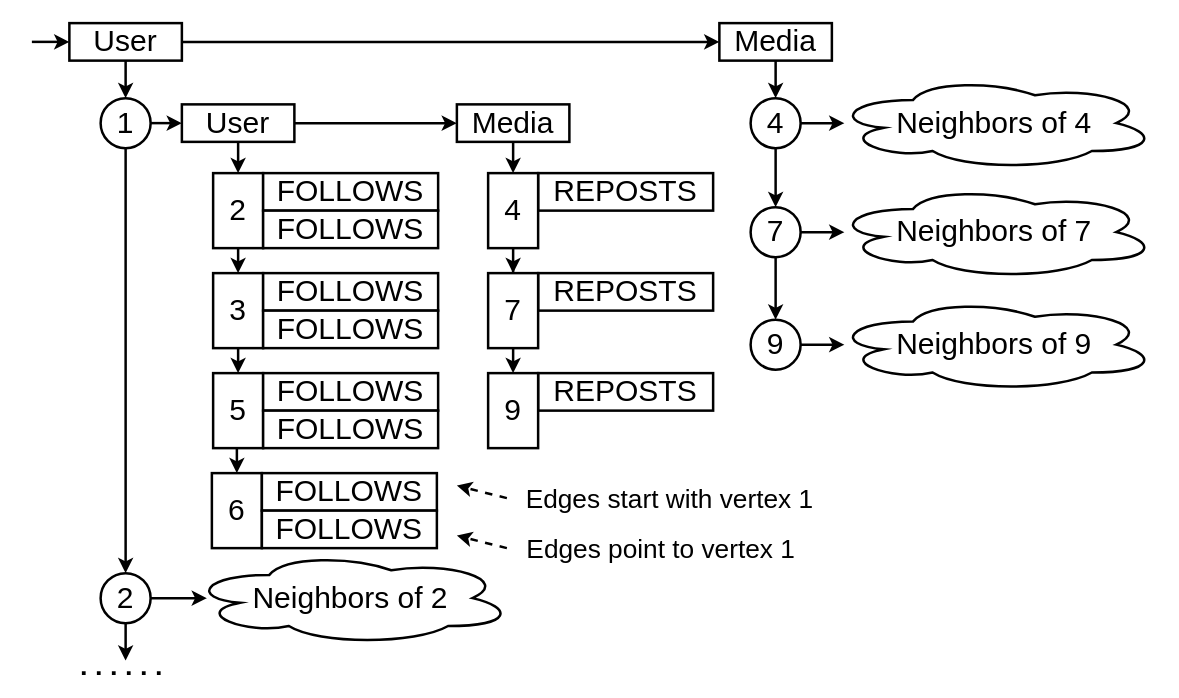
Above: img/data_example.drawio in E-Neo/opgm-paper (draw.io), before the change. Source tidied: cells renumbered, new cells numbered last; positions are measured from the earlier drawing's top-left corner, leaving out a move shared by most shapes. Both pictures are drawn from the tidied source at 125%, with x=0, y=0 at pixel (31, 22).
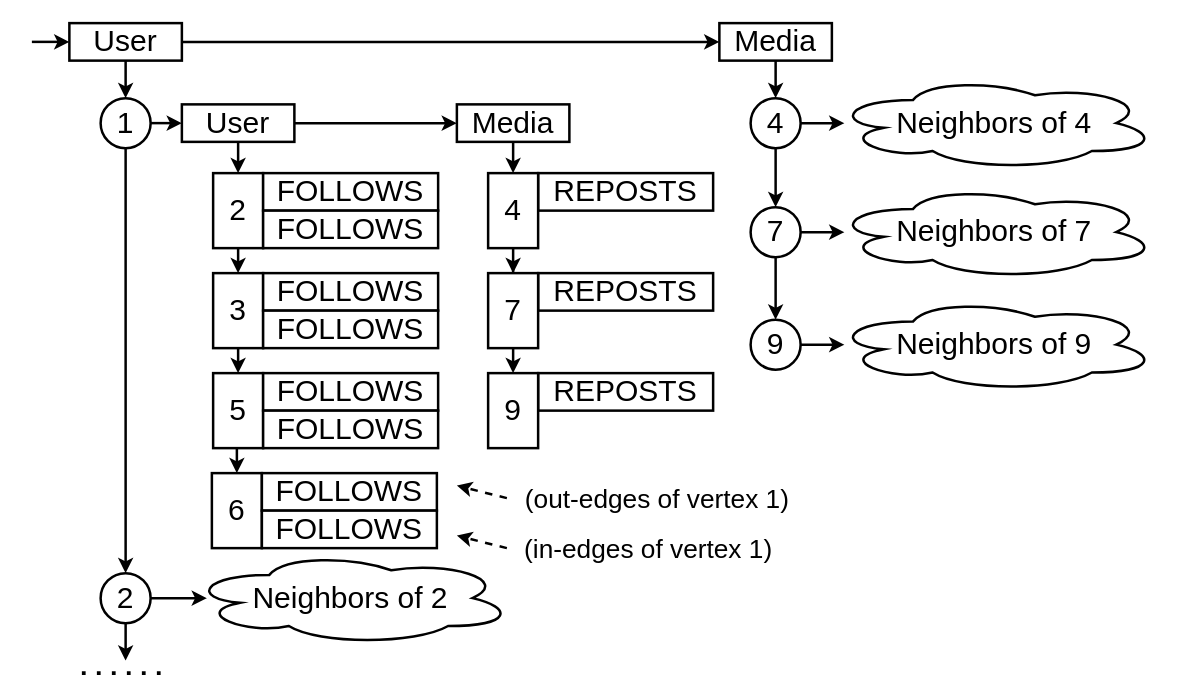
Above is the later version.

The edit, as a diff of the source:
```diff
@@
-    <mxCell id="55" value="&lt;font style=&quot;font-size: 21px&quot;&gt;Edges start with vertex 1&lt;/font&gt;" style="text;html=1;align=center;verticalAlign=middle;" parent="1" vertex="1">
-      <mxGeometry x="385" y="370" width="250" height="20" as="geometry" />
+    <mxCell id="55" value="&lt;span style=&quot;font-size: 21px&quot;&gt;(out-edges of vertex 1)&lt;/span&gt;" style="text;html=1;align=center;verticalAlign=middle;" parent="1" vertex="1">
+      <mxGeometry x="385" y="370" width="230" height="20" as="geometry" />
     </mxCell>
-    <mxCell id="56" value="&lt;font style=&quot;font-size: 21px&quot;&gt;Edges point to vertex 1&lt;/font&gt;" style="text;html=1;align=center;verticalAlign=middle;" parent="1" vertex="1">
-      <mxGeometry x="388" y="410" width="230" height="20" as="geometry" />
+    <mxCell id="56" value="&lt;font style=&quot;font-size: 21px&quot;&gt;(in-edges of vertex 1)&lt;/font&gt;" style="text;html=1;align=center;verticalAlign=middle;" parent="1" vertex="1">
+      <mxGeometry x="388" y="410" width="210" height="20" as="geometry" />
     </mxCell>
```
